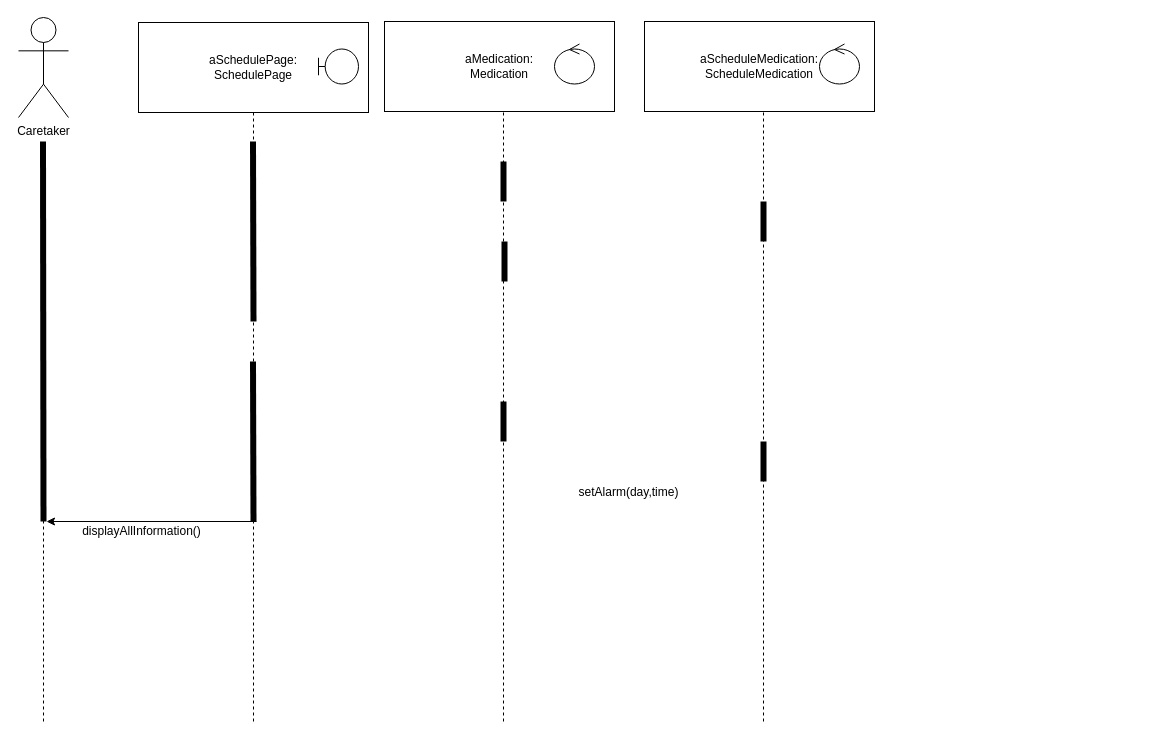
Above: wia2002tuto6q6.drawio in justn0thinghere/drawio (draw.io), before the change. Source tidied: cells renumbered, new cells numbered last; positions are measured from the earlier drawing's top-left corner, leaving out a move shared by most shapes. Both pictures are drawn from the tidied source at 100%, with x=0, y=0 at pixel (18, 17).
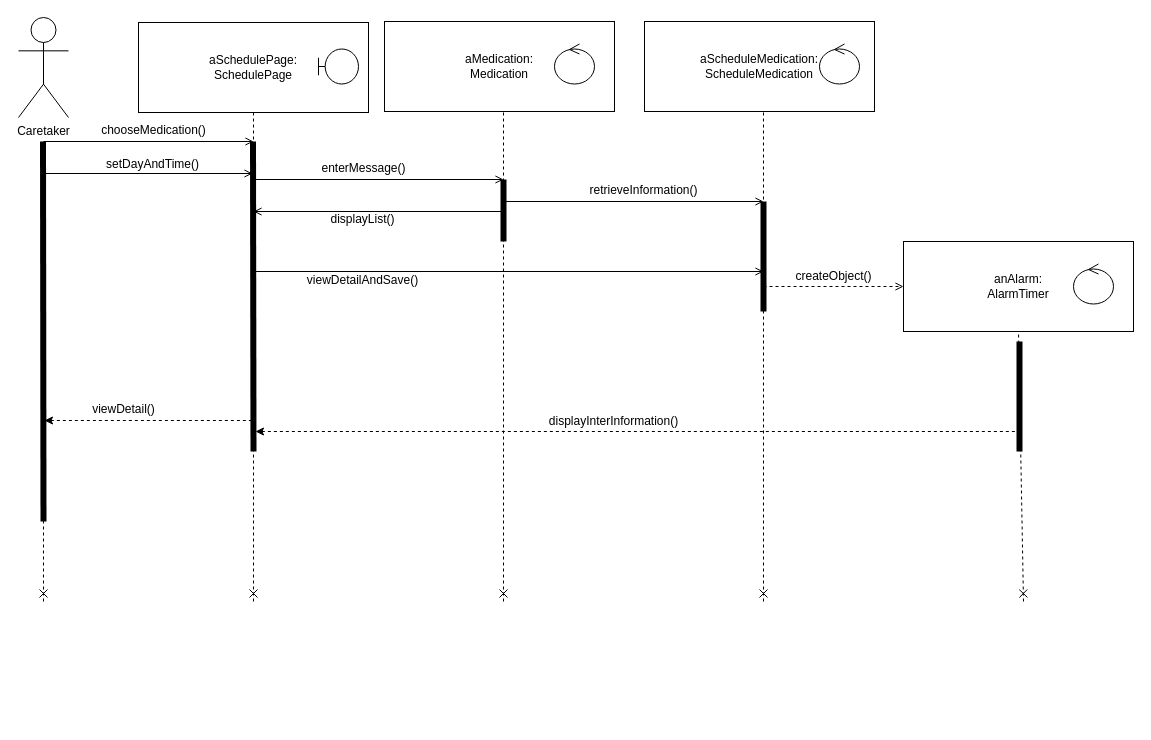
The same diagram, later.

The change refers to these unchanged cells:
```xml
<mxCell id="2" value="aSchedulePage:&lt;div&gt;SchedulePage&lt;/div&gt;" style="html=1;whiteSpace=wrap;" parent="1" vertex="1">
  <mxGeometry x="120" y="5" width="230" height="90" as="geometry" />
</mxCell>
```

The edit, as a diff of the source:
```diff
@@
-    <mxCell id="8" style="endArrow=none;html=1;rounded=0;dashed=1;" parent="1" edge="1">
+    <mxCell id="8" style="endArrow=none;html=1;rounded=0;dashed=1;startArrow=cross;startFill=0;" parent="1" edge="1">
       <mxGeometry relative="1" as="geometry">
-        <mxPoint x="25" y="704" as="sourcePoint" />
+        <mxPoint x="25" y="584" as="sourcePoint" />
         <mxPoint x="25" y="124" as="targetPoint" />
       </mxGeometry>
     </mxCell>
-    <mxCell id="9" style="endArrow=none;html=1;rounded=0;dashed=1;entryX=0.5;entryY=1;entryDx=0;entryDy=0;" parent="1" edge="1" target="2">
+    <mxCell id="9" style="endArrow=none;html=1;rounded=0;dashed=1;entryX=0.5;entryY=1;entryDx=0;entryDy=0;startArrow=cross;startFill=0;" parent="1" edge="1" target="2">
       <mxGeometry relative="1" as="geometry">
-        <mxPoint x="235" y="704" as="sourcePoint" />
+        <mxPoint x="235" y="584" as="sourcePoint" />
       </mxGeometry>
     </mxCell>
-    <mxCell id="10" style="endArrow=none;html=1;rounded=0;dashed=1;entryX=0.5;entryY=1;entryDx=0;entryDy=0;" parent="1" edge="1">
+    <mxCell id="10" style="endArrow=none;html=1;rounded=0;dashed=1;entryX=0.5;entryY=1;entryDx=0;entryDy=0;startArrow=cross;startFill=0;" parent="1" edge="1">
       <mxGeometry relative="1" as="geometry">
-        <mxPoint x="485" y="704" as="sourcePoint" />
+        <mxPoint x="485" y="584" as="sourcePoint" />
         <mxPoint x="485" y="95" as="targetPoint" />
       </mxGeometry>
     </mxCell>
-    <mxCell id="11" style="endArrow=none;html=1;rounded=0;dashed=1;entryX=0.5;entryY=1;entryDx=0;entryDy=0;" parent="1" edge="1">
+    <mxCell id="11" style="endArrow=none;html=1;rounded=0;dashed=1;entryX=0.5;entryY=1;entryDx=0;entryDy=0;startArrow=cross;startFill=0;" parent="1" edge="1">
       <mxGeometry relative="1" as="geometry">
-        <mxPoint x="745" y="704" as="sourcePoint" />
+        <mxPoint x="745" y="584" as="sourcePoint" />
         <mxPoint x="745" y="94" as="targetPoint" />
       </mxGeometry>
     </mxCell>
@@
     <mxCell id="13" style="endArrow=none;html=1;rounded=0;strokeWidth=6;" parent="1" edge="1">
       <mxGeometry relative="1" as="geometry">
-        <mxPoint x="235" y="304" as="sourcePoint" />
+        <mxPoint x="235" y="434" as="sourcePoint" />
         <mxPoint x="234.5" y="124" as="targetPoint" />
       </mxGeometry>
     </mxCell>
     <mxCell id="14" style="endArrow=none;html=1;rounded=0;strokeWidth=6;" parent="1" edge="1">
       <mxGeometry relative="1" as="geometry">
-        <mxPoint x="485" y="184" as="sourcePoint" />
-        <mxPoint x="485" y="144" as="targetPoint" />
+        <mxPoint x="485" y="224" as="sourcePoint" />
+        <mxPoint x="485" y="162" as="targetPoint" />
       </mxGeometry>
     </mxCell>
     <mxCell id="15" style="endArrow=none;html=1;rounded=0;strokeWidth=6;" parent="1" edge="1">
       <mxGeometry relative="1" as="geometry">
-        <mxPoint x="745" y="224" as="sourcePoint" />
+        <mxPoint x="745" y="294" as="sourcePoint" />
         <mxPoint x="745" y="184" as="targetPoint" />
       </mxGeometry>
     </mxCell>
-    <mxCell id="16" style="endArrow=none;html=1;rounded=0;strokeWidth=6;" parent="1" edge="1">
-      <mxGeometry relative="1" as="geometry">
-        <mxPoint x="486" y="264" as="sourcePoint" />
-        <mxPoint x="486" y="224" as="targetPoint" />
-      </mxGeometry>
-    </mxCell>
-    <mxCell id="17" style="endArrow=none;html=1;rounded=0;strokeWidth=6;" parent="1" edge="1">
-      <mxGeometry relative="1" as="geometry">
-        <mxPoint x="235" y="504" as="sourcePoint" />
-        <mxPoint x="234.5" y="344" as="targetPoint" />
-      </mxGeometry>
-    </mxCell>
-    <mxCell id="18" style="endArrow=none;html=1;rounded=0;strokeWidth=6;" parent="1" edge="1">
-      <mxGeometry relative="1" as="geometry">
-        <mxPoint x="485" y="424" as="sourcePoint" />
-        <mxPoint x="485" y="384" as="targetPoint" />
-      </mxGeometry>
-    </mxCell>
     <mxCell id="19" style="endArrow=none;html=1;rounded=0;strokeWidth=6;" parent="1" edge="1">
       <mxGeometry relative="1" as="geometry">
-        <mxPoint x="745" y="464" as="sourcePoint" />
-        <mxPoint x="745" y="424" as="targetPoint" />
+        <mxPoint x="1001" y="434" as="sourcePoint" />
+        <mxPoint x="1001" y="324" as="targetPoint" />
       </mxGeometry>
     </mxCell>
-    <mxCell id="20" value="setAlarm(day,time)" style="text;html=1;align=center;verticalAlign=middle;strokeColor=none;fillColor=none;" parent="1" vertex="1">
-      <mxGeometry x="550" y="460" width="120" height="30" as="geometry" />
-    </mxCell>
-    <mxCell id="21" style="endArrow=none;html=1;rounded=0;startArrow=classic;startFill=1;endFill=0;" parent="1" edge="1">
-      <mxGeometry relative="1" as="geometry">
-        <mxPoint x="28" y="504" as="sourcePoint" />
-        <mxPoint x="238" y="504" as="targetPoint" />
-      </mxGeometry>
-    </mxCell>
-    <mxCell id="22" value="displayAllInformation()" style="text;html=1;align=center;verticalAlign=middle;strokeColor=none;fillColor=none;" parent="1" vertex="1">
-      <mxGeometry x="53" y="499" width="140" height="30" as="geometry" />
-    </mxCell>
@@
+    <mxCell id="24" value="anAlarm:&lt;div&gt;AlarmTimer&lt;/div&gt;" style="html=1;whiteSpace=wrap;" parent="1" vertex="1">
+      <mxGeometry x="885" y="224" width="230" height="90" as="geometry" />
+    </mxCell>
+    <mxCell id="25" style="ellipse;shape=umlControl;whiteSpace=wrap;html=1;" parent="1" vertex="1">
+      <mxGeometry x="1055" y="246.5" width="40" height="40" as="geometry" />
+    </mxCell>
+    <mxCell id="26" style="endArrow=open;html=1;rounded=0;endFill=0;" parent="1" edge="1">
+      <mxGeometry relative="1" as="geometry">
+        <mxPoint x="25" y="124" as="sourcePoint" />
+        <mxPoint x="235" y="124" as="targetPoint" />
+      </mxGeometry>
+    </mxCell>
+    <mxCell id="27" value="chooseMedication()" style="text;html=1;align=center;verticalAlign=middle;strokeColor=none;fillColor=none;" parent="1" vertex="1">
+      <mxGeometry x="70" y="98" width="130" height="30" as="geometry" />
+    </mxCell>
+    <mxCell id="28" style="endArrow=open;html=1;rounded=0;endFill=0;" parent="1" edge="1">
+      <mxGeometry relative="1" as="geometry">
+        <mxPoint x="24" y="156" as="sourcePoint" />
+        <mxPoint x="234" y="156" as="targetPoint" />
+      </mxGeometry>
+    </mxCell>
+    <mxCell id="29" value="setDayAndTime()" style="text;html=1;align=center;verticalAlign=middle;strokeColor=none;fillColor=none;" parent="1" vertex="1">
+      <mxGeometry x="74" y="132" width="120" height="30" as="geometry" />
+    </mxCell>
+    <mxCell id="30" style="endArrow=open;html=1;rounded=0;endFill=0;" parent="1" edge="1">
+      <mxGeometry relative="1" as="geometry">
+        <mxPoint x="235" y="162" as="sourcePoint" />
+        <mxPoint x="485" y="162" as="targetPoint" />
+      </mxGeometry>
+    </mxCell>
+    <mxCell id="31" value="enterMessage()" style="text;html=1;align=center;verticalAlign=middle;strokeColor=none;fillColor=none;" parent="1" vertex="1">
+      <mxGeometry x="290" y="136" width="110" height="30" as="geometry" />
+    </mxCell>
+    <mxCell id="32" style="endArrow=open;html=1;rounded=0;endFill=0;" parent="1" edge="1">
+      <mxGeometry relative="1" as="geometry">
+        <mxPoint x="485" y="184" as="sourcePoint" />
+        <mxPoint x="745" y="184" as="targetPoint" />
+      </mxGeometry>
+    </mxCell>
+    <mxCell id="33" value="retrieveInformation()" style="text;html=1;align=center;verticalAlign=middle;strokeColor=none;fillColor=none;" parent="1" vertex="1">
+      <mxGeometry x="560" y="158" width="130" height="30" as="geometry" />
+    </mxCell>
+    <mxCell id="34" style="endArrow=open;html=1;rounded=0;endFill=0;" parent="1" edge="1">
+      <mxGeometry relative="1" as="geometry">
+        <mxPoint x="485" y="194" as="sourcePoint" />
+        <mxPoint x="235" y="194" as="targetPoint" />
+      </mxGeometry>
+    </mxCell>
+    <mxCell id="35" value="displayList()" style="text;html=1;align=center;verticalAlign=middle;strokeColor=none;fillColor=none;" parent="1" vertex="1">
+      <mxGeometry x="299" y="187" width="90" height="30" as="geometry" />
+    </mxCell>
+    <mxCell id="36" style="endArrow=open;html=1;rounded=0;endFill=0;" parent="1" edge="1">
+      <mxGeometry relative="1" as="geometry">
+        <mxPoint x="235" y="254" as="sourcePoint" />
+        <mxPoint x="745" y="254" as="targetPoint" />
+      </mxGeometry>
+    </mxCell>
+    <mxCell id="37" value="viewDetailAndSave()" style="text;html=1;align=center;verticalAlign=middle;strokeColor=none;fillColor=none;" parent="1" vertex="1">
+      <mxGeometry x="279" y="247.5" width="130" height="30" as="geometry" />
+    </mxCell>
+    <mxCell id="38" style="endArrow=open;html=1;rounded=0;endFill=0;entryX=0;entryY=0.5;entryDx=0;entryDy=0;dashed=1;" parent="1" edge="1" target="24">
+      <mxGeometry relative="1" as="geometry">
+        <mxPoint x="745" y="269" as="sourcePoint" />
+      </mxGeometry>
+    </mxCell>
+    <mxCell id="39" value="createObject()" style="text;html=1;align=center;verticalAlign=middle;strokeColor=none;fillColor=none;" parent="1" vertex="1">
+      <mxGeometry x="765" y="244" width="100" height="30" as="geometry" />
+    </mxCell>
+    <mxCell id="40" style="endArrow=none;dashed=1;html=1;rounded=0;entryX=0.5;entryY=1;entryDx=0;entryDy=0;startArrow=cross;startFill=0;" parent="1" edge="1" target="24">
+      <mxGeometry relative="1" as="geometry">
+        <mxPoint x="1005" y="584" as="sourcePoint" />
+      </mxGeometry>
+    </mxCell>
+    <mxCell id="41" style="endArrow=none;html=1;rounded=0;endFill=0;dashed=1;startArrow=classic;startFill=1;" parent="1" edge="1">
+      <mxGeometry relative="1" as="geometry">
+        <mxPoint x="26" y="403" as="sourcePoint" />
+        <mxPoint x="235" y="403" as="targetPoint" />
+      </mxGeometry>
+    </mxCell>
+    <mxCell id="42" value="viewDetail()" style="text;html=1;align=center;verticalAlign=middle;strokeColor=none;fillColor=none;" parent="1" vertex="1">
+      <mxGeometry x="60" y="377" width="90" height="30" as="geometry" />
+    </mxCell>
+    <mxCell id="43" style="endArrow=none;html=1;rounded=0;endFill=0;startArrow=classic;startFill=1;dashed=1;" parent="1" edge="1">
+      <mxGeometry relative="1" as="geometry">
+        <mxPoint x="237" y="414" as="sourcePoint" />
+        <mxPoint x="997" y="414" as="targetPoint" />
+      </mxGeometry>
+    </mxCell>
+    <mxCell id="44" value="displayInterInformation()" style="text;html=1;align=center;verticalAlign=middle;strokeColor=none;fillColor=none;" parent="1" vertex="1">
+      <mxGeometry x="520" y="389" width="150" height="30" as="geometry" />
+    </mxCell>
```
